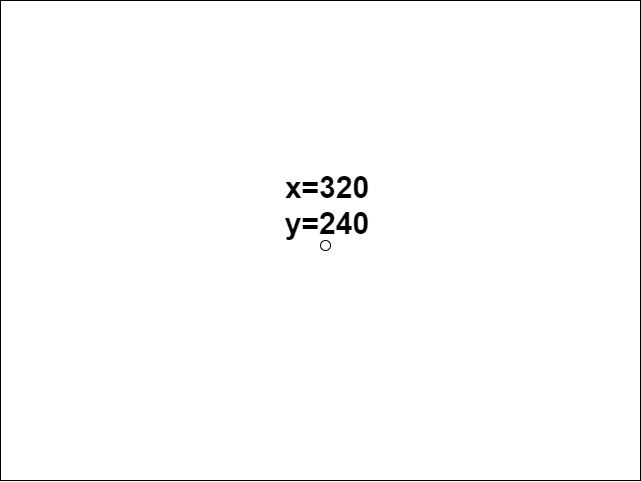
Above: Micro/Unnamed 1.png in RoboGradeIndustriesTeam/HomingTurret (draw.io), before the change. Source tidied: cells renumbered, new cells last; positions are measured from the earlier drawing's top-left corner, leaving out a move shared by most shapes.
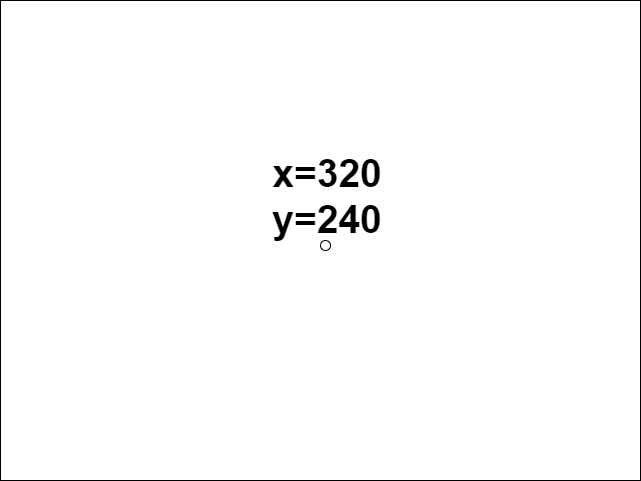
After the change.

Diff of the diagram source:
```diff
@@ -8,8 +8,8 @@
     <mxCell id="3" style="ellipse;whiteSpace=wrap;html=1;" parent="1" vertex="1">
       <mxGeometry x="320" y="240" width="10" height="10" as="geometry" />
     </mxCell>
-    <mxCell id="4" value="x=320&lt;br style=&quot;font-size: 30px;&quot;&gt;y=240" style="text;html=1;strokeColor=none;fillColor=none;align=center;verticalAlign=middle;whiteSpace=wrap;rounded=0;fontSize=30;fontStyle=1;" parent="1" vertex="1">
-      <mxGeometry x="307" y="194" width="40" height="22" as="geometry" />
+    <mxCell id="4" value="x=320&lt;br style=&quot;font-size: 39px;&quot;&gt;y=240" style="text;html=1;strokeColor=none;fillColor=none;align=center;verticalAlign=middle;whiteSpace=wrap;rounded=0;fontSize=39;fontStyle=1;" parent="1" vertex="1">
+      <mxGeometry x="307" y="185" width="40" height="22" as="geometry" />
     </mxCell>
   </root>
 </mxGraphModel>
```
